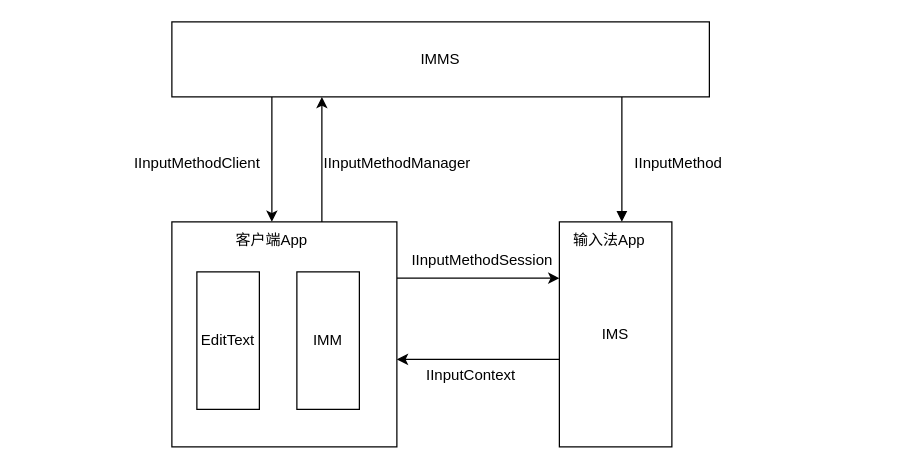
Above: page "第 1 页" (1 of 2) of AndroidIME.drawio in YHeng-wu/Note (draw.io), before the change. Source tidied: cells renumbered, new cells numbered last; positions are measured from the earlier drawing's top-left corner, leaving out a move shared by most shapes. Both pictures are drawn from the tidied source at 125%, with x=0, y=0 at pixel (121, 21).
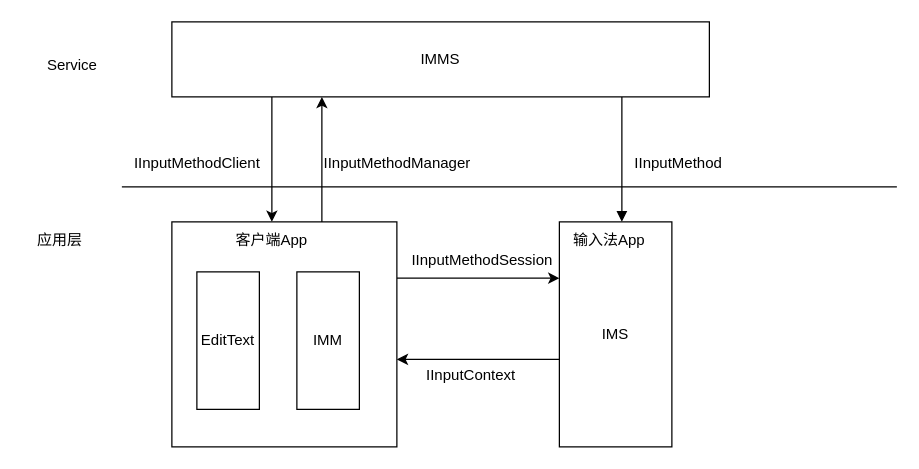
After the change.

What changed in the source:
```diff
@@
+    <mxCell id="19" style="line;strokeWidth=1;fillColor=none;align=left;verticalAlign=middle;spacingTop=-1;spacingLeft=3;spacingRight=3;labelPosition=right;strokeColor=inherit;" parent="1" vertex="1">
+      <mxGeometry y="128" width="620" height="8" as="geometry" />
+    </mxCell>
+    <mxCell id="20" value="应用层" style="text;html=1;align=center;verticalAlign=middle;strokeColor=none;fillColor=none;" parent="1" vertex="1">
+      <mxGeometry x="-80" y="160" width="60" height="30" as="geometry" />
+    </mxCell>
+    <mxCell id="21" value="Service" style="text;html=1;align=center;verticalAlign=middle;strokeColor=none;fillColor=none;" parent="1" vertex="1">
+      <mxGeometry x="-70" y="20" width="60" height="30" as="geometry" />
+    </mxCell>
```
